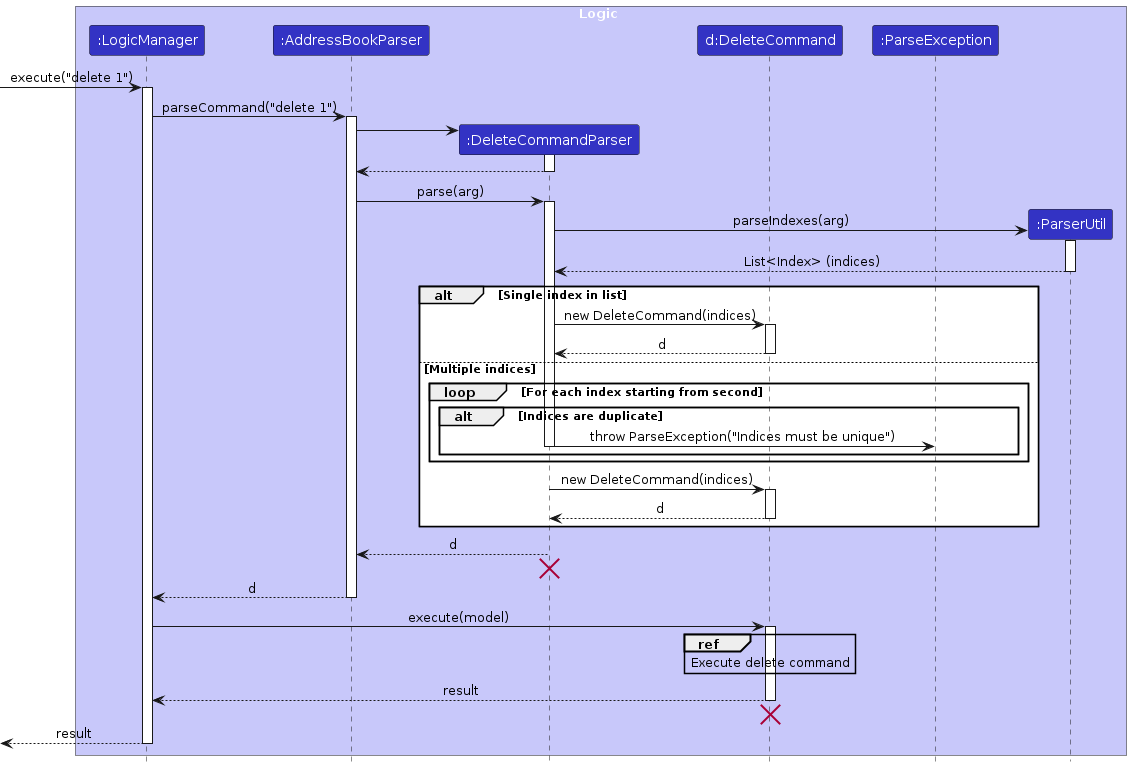
AY2425-CS2103T-T09-4/tp keeps this PlantUML diagram as diagrams/DeleteParseSequenceDiagram.png. Above is the earlier version. Its source is kept beside it as diagrams/DeleteParseSequenceDiagram.puml. The source it was exported from:
```plantuml
@startuml
!include style.puml
skinparam ArrowFontStyle plain

box Logic LOGIC_COLOR_T1
participant ":LogicManager" as LogicManager LOGIC_COLOR
participant ":AddressBookParser" as AddressBookParser LOGIC_COLOR
participant ":DeleteCommandParser" as DeleteCommandParser LOGIC_COLOR
participant "d:DeleteCommand" as DeleteCommand LOGIC_COLOR
participant ":ParseException" as ParseException LOGIC_COLOR
participant ":ParserUtil" as ParserUtil LOGIC_COLOR
end box

[-> LogicManager : execute("delete 1")
activate LogicManager

LogicManager -> AddressBookParser : parseCommand("delete 1")
activate AddressBookParser

create DeleteCommandParser
AddressBookParser -> DeleteCommandParser
activate DeleteCommandParser

DeleteCommandParser --> AddressBookParser
deactivate DeleteCommandParser

AddressBookParser -> DeleteCommandParser : parse(arg)
activate DeleteCommandParser

create ParserUtil
DeleteCommandParser -> ParserUtil : parseIndexes(arg)
activate ParserUtil
ParserUtil --> DeleteCommandParser : List<Index> (indices)
deactivate ParserUtil

alt Single index in list
    DeleteCommandParser -> DeleteCommand : new DeleteCommand(indices)
    activate DeleteCommand
    DeleteCommand --> DeleteCommandParser : d
    deactivate DeleteCommand
else Multiple indices
    loop For each index starting from second
        alt Indices are duplicate
            DeleteCommandParser -> ParseException : throw ParseException("Indices must be unique")
            deactivate DeleteCommandParser
        end
    end
    DeleteCommandParser -> DeleteCommand : new DeleteCommand(indices)
    activate DeleteCommand
    DeleteCommand --> DeleteCommandParser : d
    deactivate DeleteCommand
end

DeleteCommandParser --> AddressBookParser : d
deactivate DeleteCommandParser
DeleteCommandParser -[hidden]-> AddressBookParser
destroy DeleteCommandParser

AddressBookParser --> LogicManager : d
deactivate AddressBookParser

LogicManager -> DeleteCommand : execute(model)
activate DeleteCommand

ref over DeleteCommand : Execute delete command

DeleteCommand --> LogicManager : result
deactivate DeleteCommand
DeleteCommand -[hidden]-> LogicManager
destroy DeleteCommand

[<-- LogicManager : result
deactivate LogicManager
@enduml
```
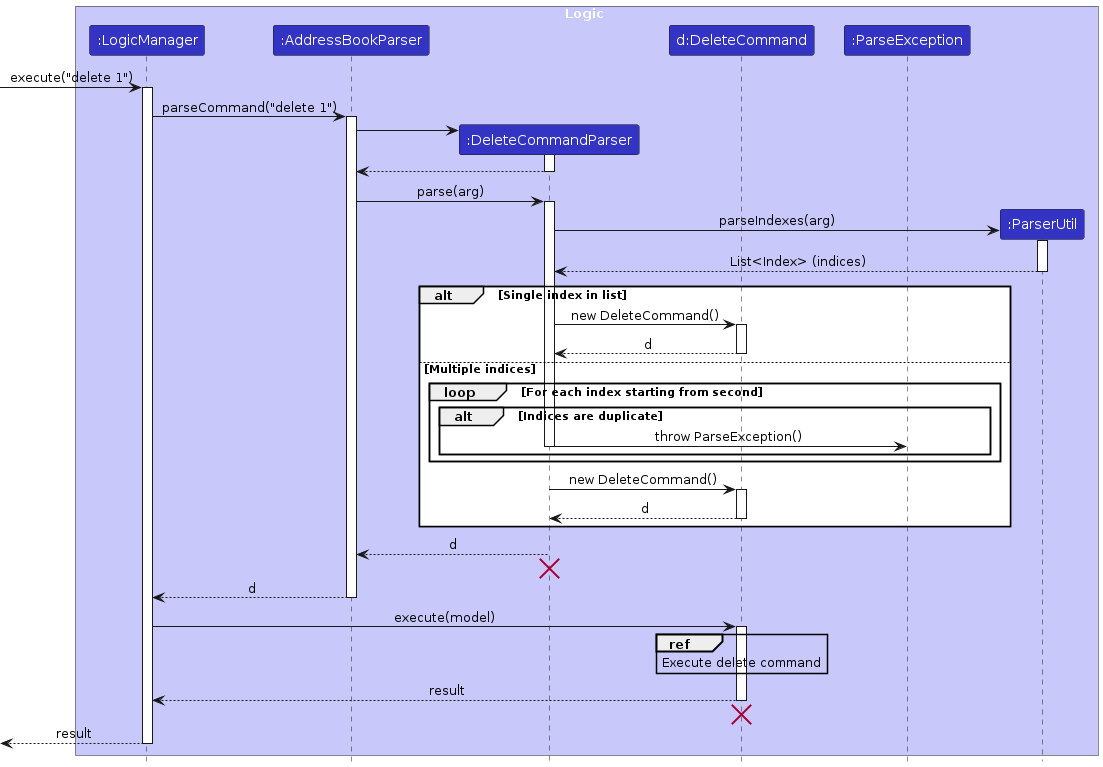
The same diagram one commit later.

What changed in the source:
```diff
@@ -34,18 +34,18 @@
 deactivate ParserUtil
 
 alt Single index in list
-    DeleteCommandParser -> DeleteCommand : new DeleteCommand(indices)
+    DeleteCommandParser -> DeleteCommand : new DeleteCommand()
     activate DeleteCommand
     DeleteCommand --> DeleteCommandParser : d
     deactivate DeleteCommand
 else Multiple indices
     loop For each index starting from second
         alt Indices are duplicate
-            DeleteCommandParser -> ParseException : throw ParseException("Indices must be unique")
+            DeleteCommandParser -> ParseException : throw ParseException()
             deactivate DeleteCommandParser
         end
     end
-    DeleteCommandParser -> DeleteCommand : new DeleteCommand(indices)
+    DeleteCommandParser -> DeleteCommand : new DeleteCommand()
     activate DeleteCommand
     DeleteCommand --> DeleteCommandParser : d
     deactivate DeleteCommand
```
